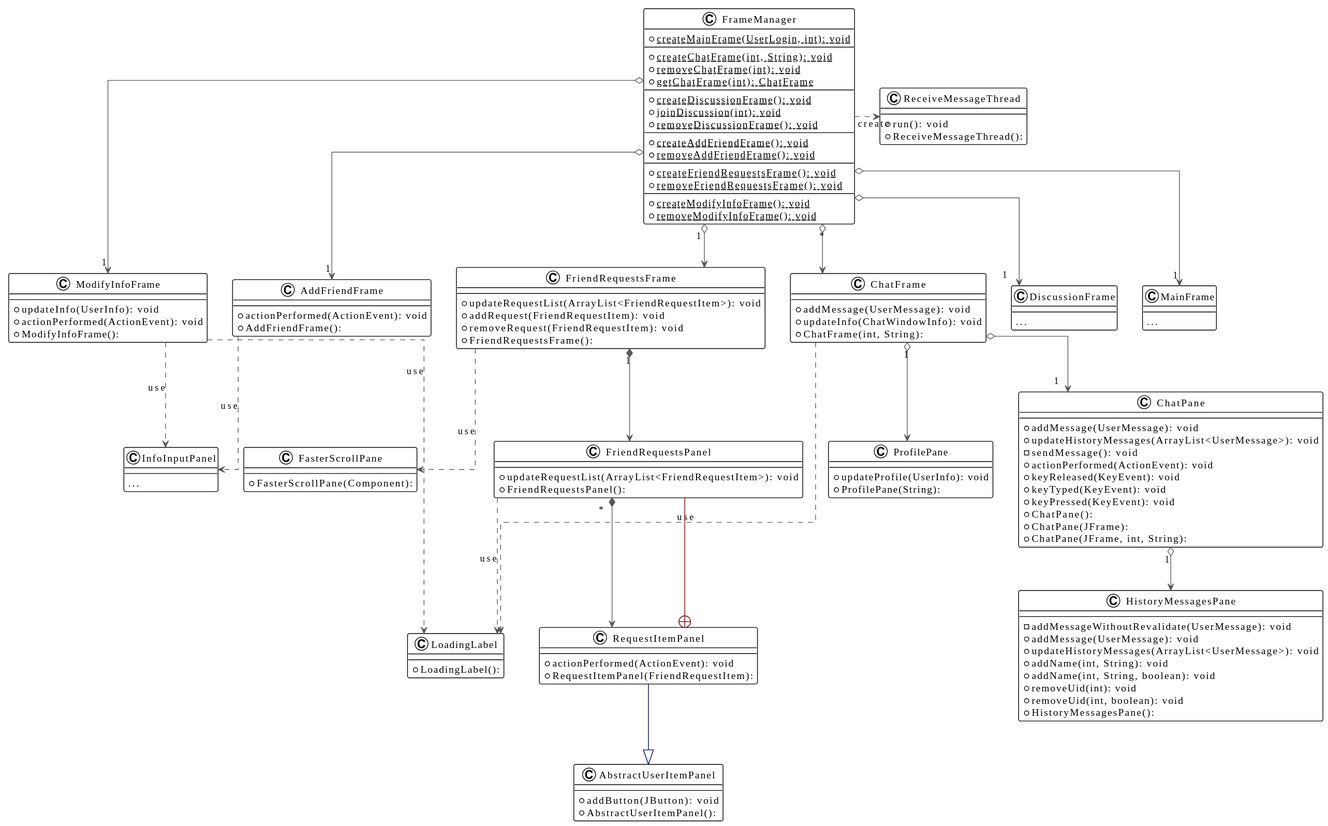
The PlantUML diagram uml/client-frames.svg in FengWu-PKU/Calendar_Chat, before a commit.
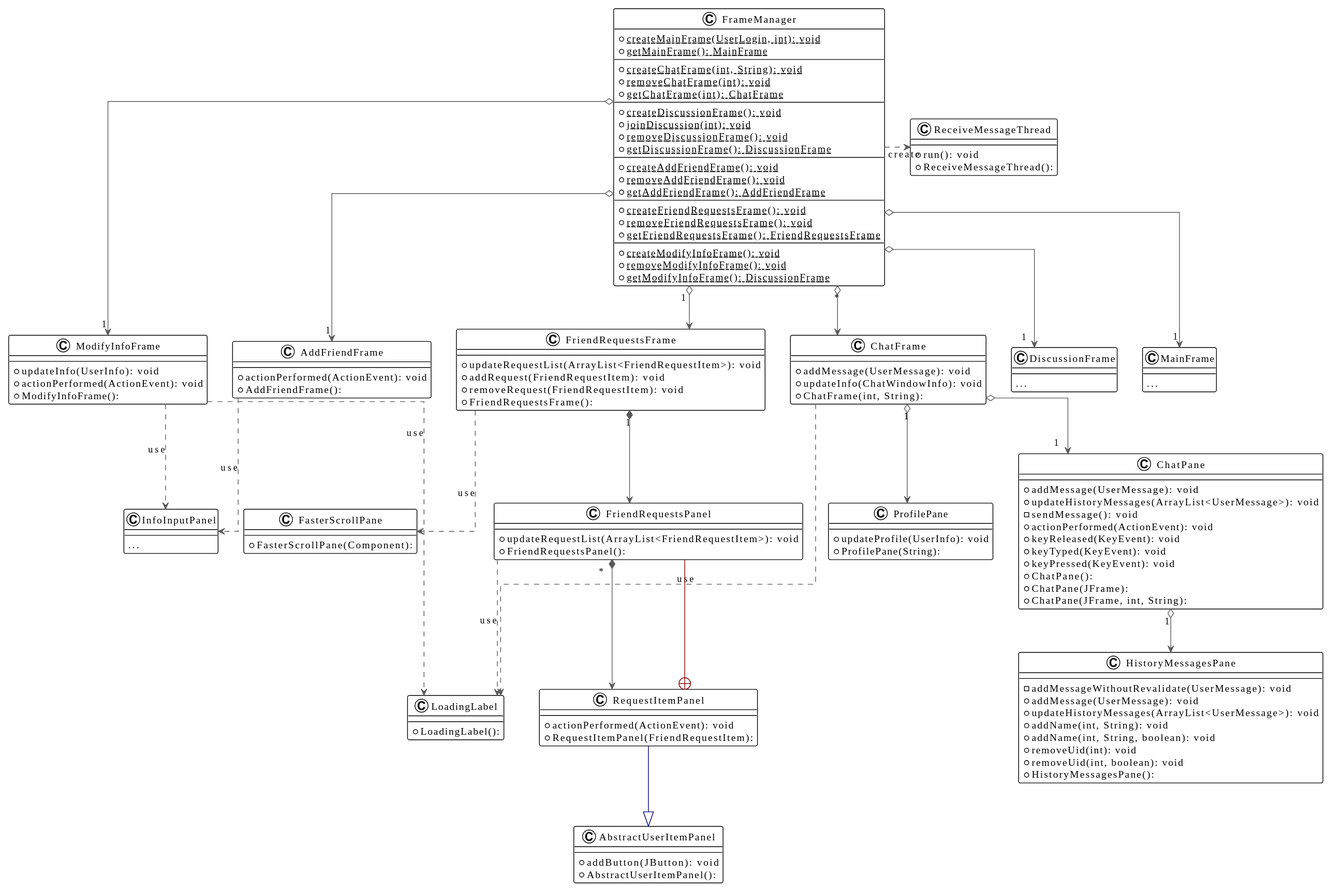
After the commit.

Diff of the diagram source:
```diff
@@ -38,6 +38,7 @@
 }
 class FrameManager {
   + {static} createMainFrame(UserLogin, int): void
+  + {static} getMainFrame(): MainFrame
   ---
   + {static} createChatFrame(int, String): void
   + {static} removeChatFrame(int): void
@@ -46,15 +47,19 @@
   + {static} createDiscussionFrame(): void
   + {static} joinDiscussion(int): void
   + {static} removeDiscussionFrame(): void
+  + {static} getDiscussionFrame(): DiscussionFrame
   ---
   + {static} createAddFriendFrame(): void
   + {static} removeAddFriendFrame(): void
+  + {static} getAddFriendFrame(): AddFriendFrame
   ---
   + {static} createFriendRequestsFrame(): void
   + {static} removeFriendRequestsFrame(): void
+  + {static} getFriendRequestsFrame(): FriendRequestsFrame
   ---
   + {static} createModifyInfoFrame(): void
   + {static} removeModifyInfoFrame(): void
+  + {static} getModifyInfoFrame(): DiscussionFrame
 }
 class FriendRequestsFrame {
   + updateRequestList(ArrayList<FriendRequestItem>): void
```
